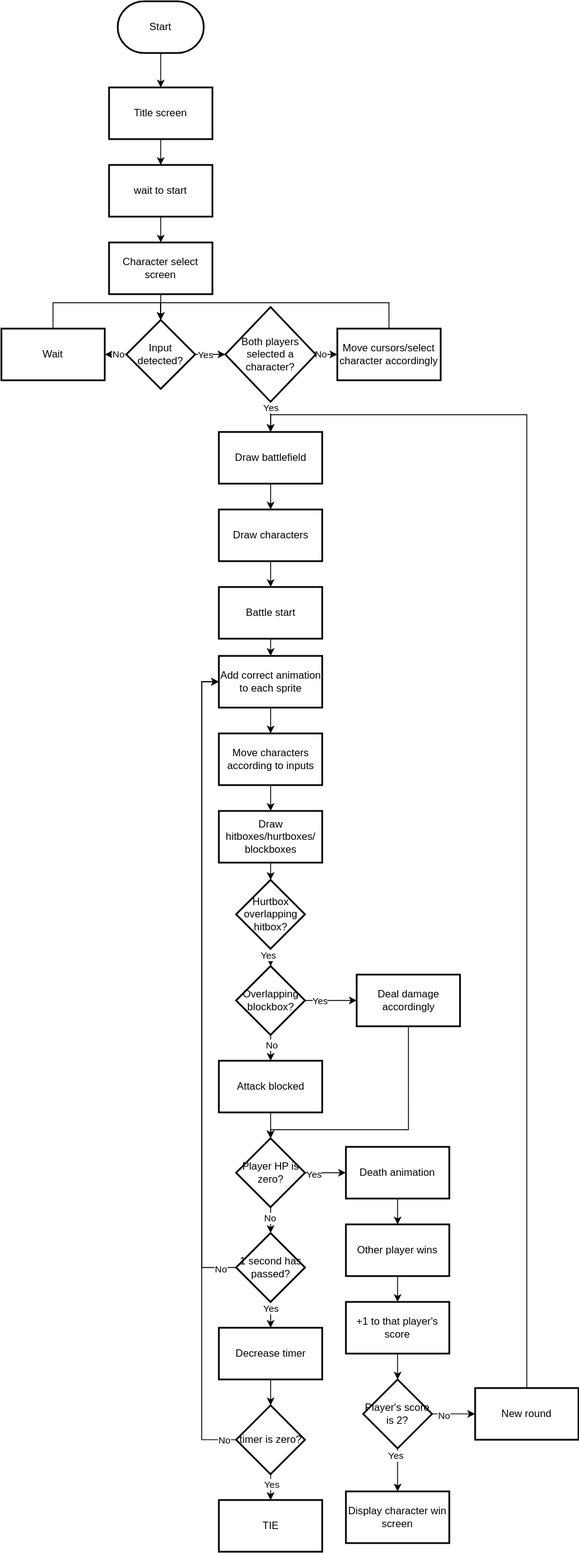
Before: SF2Flowchart.svg, a diagram exported from draw.io (aidaninheaven/SHOP-FIGHTER). Source tidied: cells renumbered, new cells last; positions are measured from the earlier drawing's top-left corner, leaving out a move shared by most shapes.
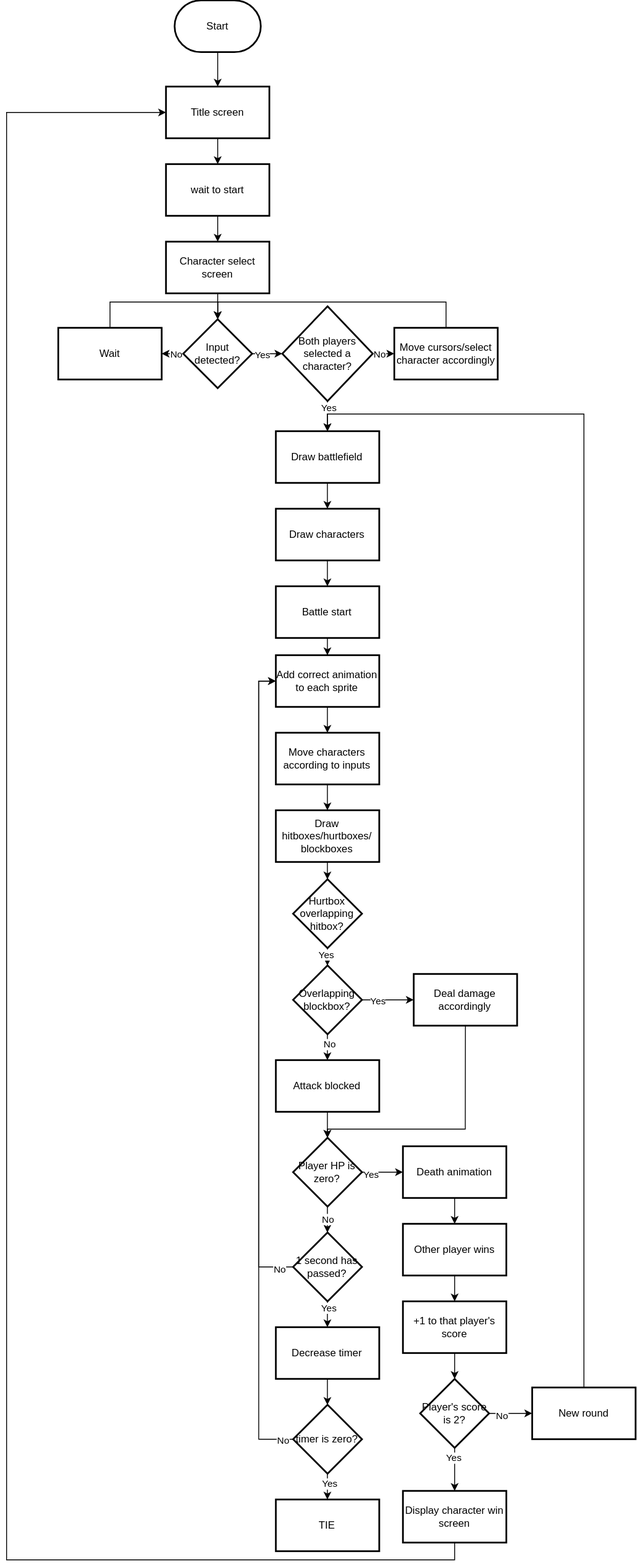
The same diagram one commit later.

Diff of the diagram source:
```diff
@@ -243,6 +243,15 @@
     <mxCell id="76" value="Player's score is 2?" style="rhombus;whiteSpace=wrap;html=1;strokeWidth=2;" parent="1" vertex="1">
       <mxGeometry x="420" y="1600" width="80" height="80" as="geometry" />
     </mxCell>
+    <mxCell id="80" style="edgeStyle=orthogonalEdgeStyle;rounded=0;jettySize=auto;html=1;exitX=0.5;exitY=1;exitDx=0;exitDy=0;entryX=0;entryY=0.5;entryDx=0;entryDy=0;" parent="1" edge="1" source="77" target="5">
+      <mxGeometry relative="1" as="geometry">
+        <Array as="points">
+          <mxPoint x="460" y="1810" />
+          <mxPoint x="-60" y="1810" />
+          <mxPoint x="-60" y="130" />
+        </Array>
+      </mxGeometry>
+    </mxCell>
     <mxCell id="77" value="Display character win screen" style="whiteSpace=wrap;html=1;strokeWidth=2;" parent="1" vertex="1">
       <mxGeometry x="400" y="1730" width="120" height="60" as="geometry" />
     </mxCell>
```
